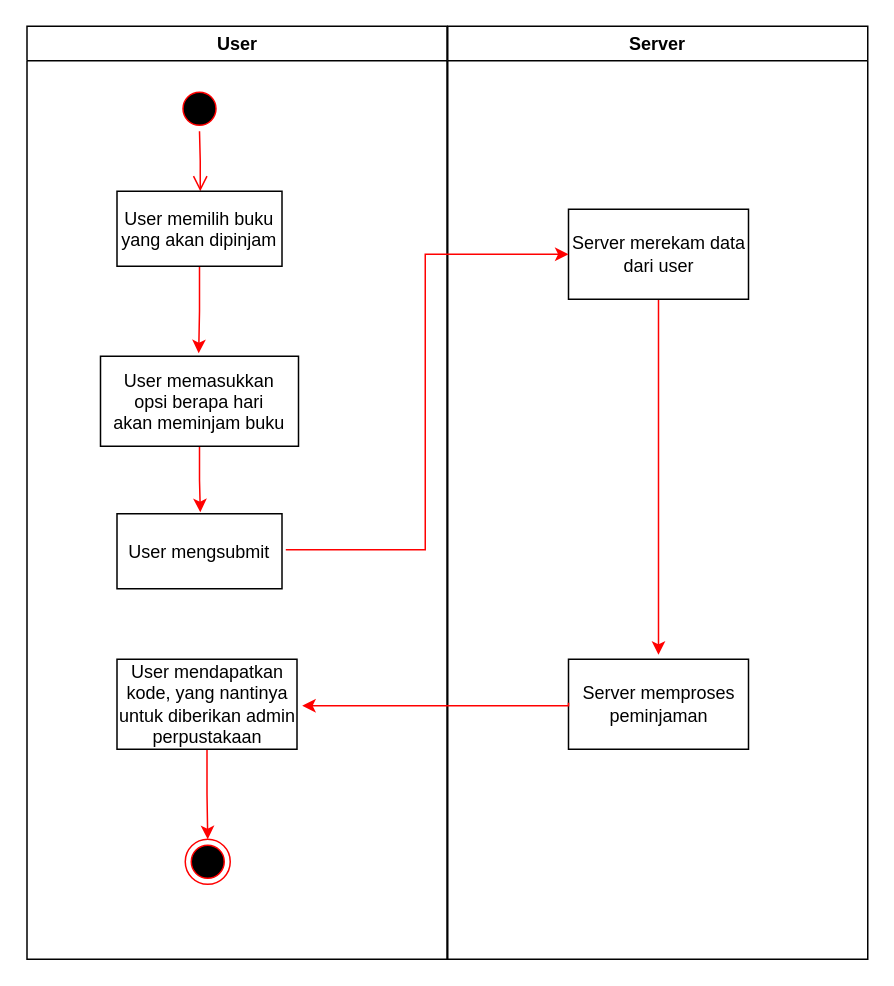
Before: page "Page-1" (1 of 2) of sistem_perpustakaan/proses peminjaman buku.drawio in Maru-Yasa/PPL-Sistem-Perpustakaan, a draw.io diagram. Source tidied: cells renumbered, new cells numbered last; positions are measured from the earlier drawing's top-left corner, leaving out a move shared by most shapes. Both pictures are drawn from the tidied source at 150%, with x=0, y=0 at pixel (26, 26).
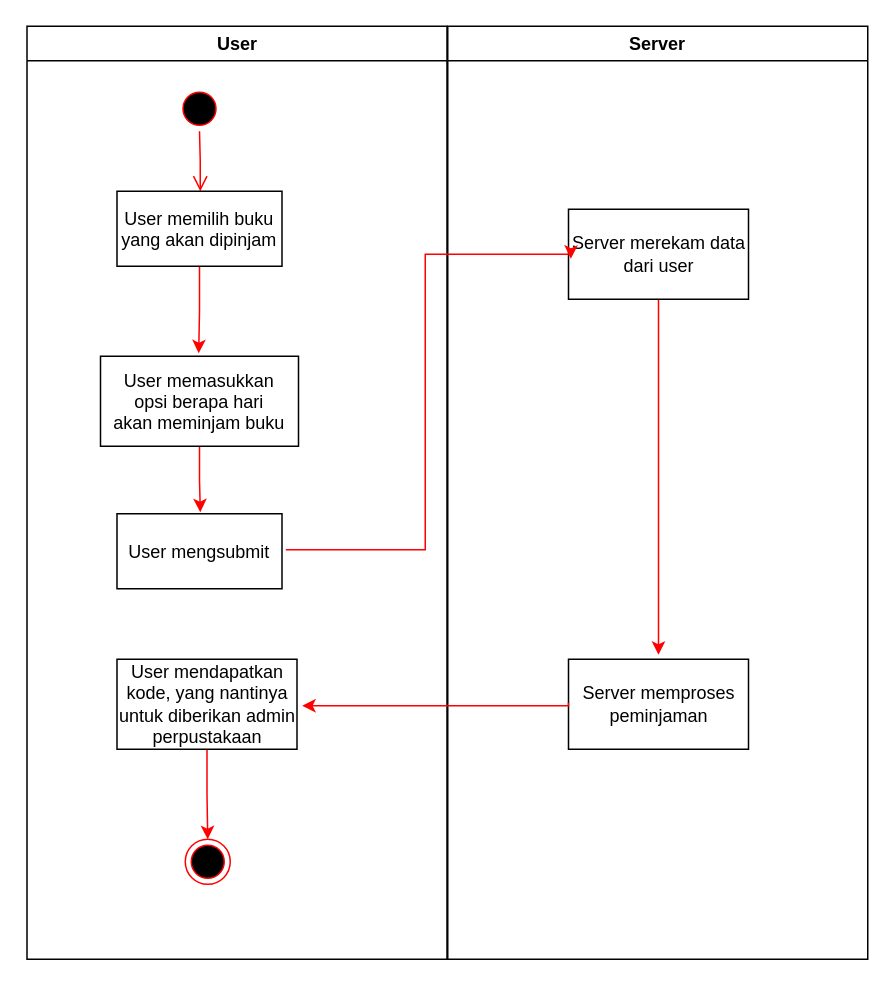
The same diagram, later.

Unchanged cells that the change refers to:
```xml
<mxCell id="9" value="User mengsubmit" parent="2" vertex="1">
  <mxGeometry x="60" y="325" width="110" height="50" as="geometry" />
</mxCell>
<mxCell id="15" value="Server merekam data&lt;br&gt;dari user" style="rounded=0;whiteSpace=wrap;html=1;" parent="13" vertex="1">
  <mxGeometry x="80.5" y="122" width="120" height="60" as="geometry" />
</mxCell>
```

The edit, as a diff of the source:
```diff
@@
-    <mxCell id="17" style="edgeStyle=orthogonalEdgeStyle;rounded=0;jettySize=auto;html=1;entryX=0;entryY=0.5;entryDx=0;entryDy=0;exitX=1.023;exitY=0.48;exitDx=0;exitDy=0;exitPerimeter=0;strokeColor=#FF0000;" parent="1" edge="1" source="9" target="15">
-      <mxGeometry relative="1" as="geometry" />
+    <mxCell id="17" style="edgeStyle=orthogonalEdgeStyle;rounded=0;jettySize=auto;html=1;exitX=1.023;exitY=0.48;exitDx=0;exitDy=0;exitPerimeter=0;strokeColor=#FF0000;entryX=0.013;entryY=0.55;entryDx=0;entryDy=0;entryPerimeter=0;" parent="1" edge="1" source="9" target="15">
+      <mxGeometry relative="1" as="geometry">
+        <Array as="points">
+          <mxPoint x="266" y="349" />
+          <mxPoint x="266" y="152" />
+          <mxPoint x="363" y="152" />
+        </Array>
+      </mxGeometry>
     </mxCell>
```
